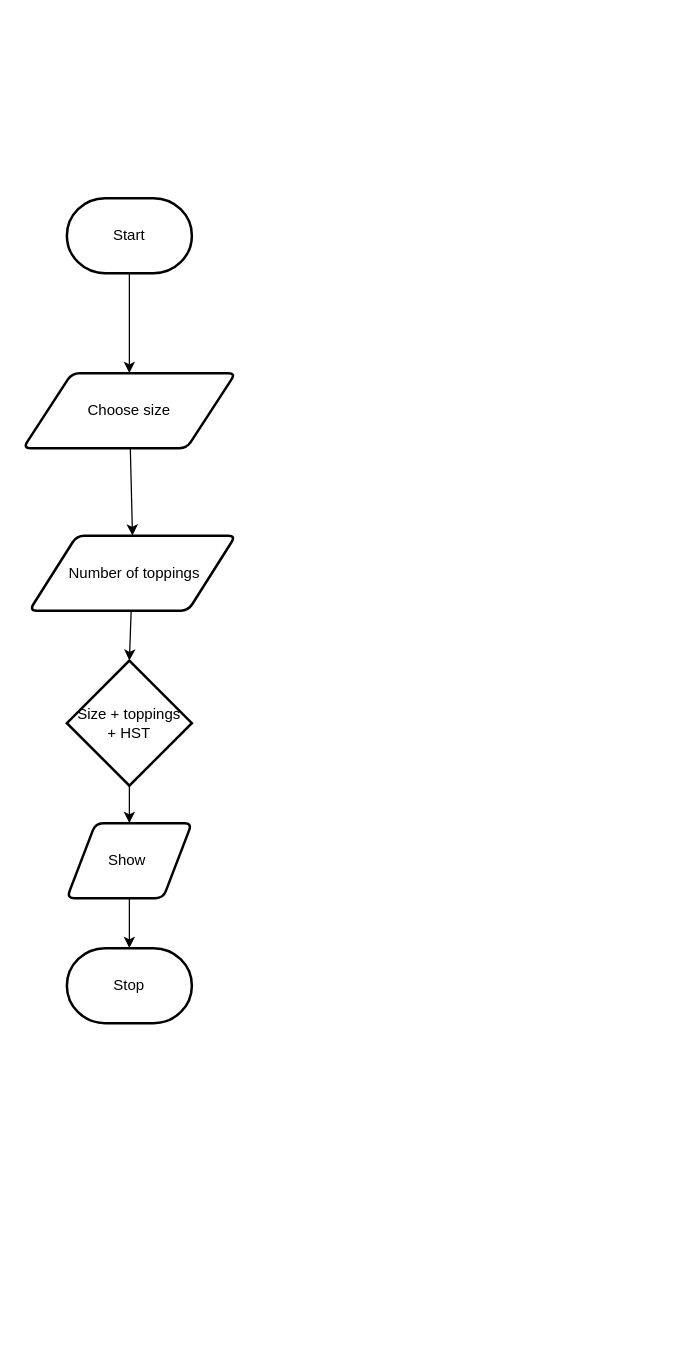
Above: design/flowchart.drawio in MTHS-ICD2O-1-2023/ICD2O-Assignment-04-tymofii-stepanov (draw.io), before the change. Source tidied: cells renumbered, new cells numbered last; positions are measured from the earlier drawing's top-left corner, leaving out a move shared by most shapes. Both pictures are drawn from the tidied source at 125%, with x=0, y=0 at pixel (22, 198).
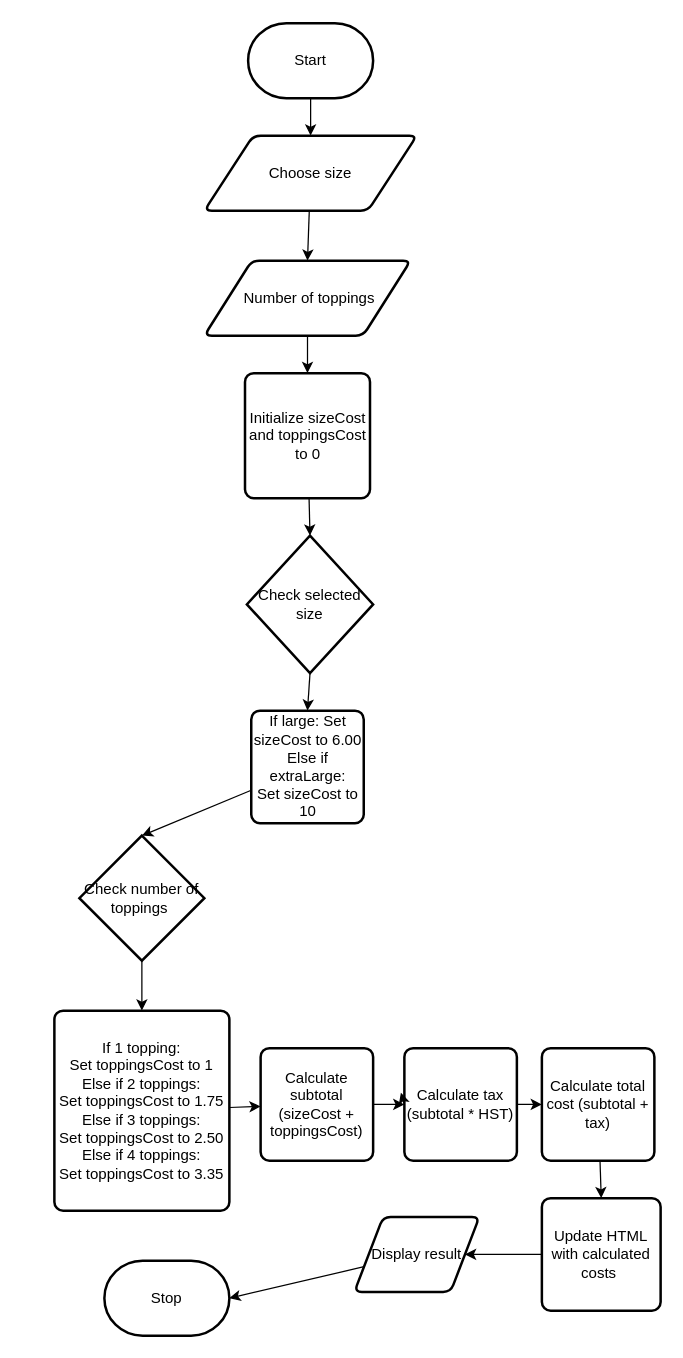
The same diagram, later.

Change to the diagram source:
```diff
@@
     <mxCell id="3" value="Start" style="strokeWidth=2;html=1;shape=mxgraph.flowchart.terminator;whiteSpace=wrap;" parent="1" vertex="1">
-      <mxGeometry x="35" width="100" height="60" as="geometry" />
+      <mxGeometry x="180" y="-140" width="100" height="60" as="geometry" />
     </mxCell>
     <mxCell id="4" value="Stop" style="strokeWidth=2;html=1;shape=mxgraph.flowchart.terminator;whiteSpace=wrap;" parent="1" vertex="1">
-      <mxGeometry x="35" y="600" width="100" height="60" as="geometry" />
+      <mxGeometry x="65" y="850" width="100" height="60" as="geometry" />
     </mxCell>
@@
     <mxCell id="6" value="Choose size" style="shape=parallelogram;html=1;strokeWidth=2;perimeter=parallelogramPerimeter;whiteSpace=wrap;rounded=1;arcSize=12;size=0.23;" parent="1" vertex="1">
-      <mxGeometry y="140" width="170" height="60" as="geometry" />
+      <mxGeometry x="145" y="-50" width="170" height="60" as="geometry" />
     </mxCell>
-    <mxCell id="7" style="edgeStyle=none;html=1;entryX=0.5;entryY=0;entryDx=0;entryDy=0;entryPerimeter=0;" parent="1" edge="1" source="8" target="10">
-      <mxGeometry relative="1" as="geometry" />
-    </mxCell>
+    <mxCell id="13" style="edgeStyle=none;html=1;" parent="1" edge="1" source="8" target="11">
+      <mxGeometry relative="1" as="geometry" />
+    </mxCell>
     <mxCell id="8" value="&amp;nbsp;Number of toppings" style="shape=parallelogram;html=1;strokeWidth=2;perimeter=parallelogramPerimeter;whiteSpace=wrap;rounded=1;arcSize=12;size=0.23;" parent="1" vertex="1">
-      <mxGeometry x="5" y="270" width="165" height="60" as="geometry" />
+      <mxGeometry x="145" y="50" width="165" height="60" as="geometry" />
     </mxCell>
-    <mxCell id="9" style="edgeStyle=none;html=1;" parent="1" edge="1" source="10" target="12">
-      <mxGeometry relative="1" as="geometry" />
-    </mxCell>
-    <mxCell id="10" value="Size + toppings&lt;br&gt;+ HST" style="strokeWidth=2;html=1;shape=mxgraph.flowchart.decision;whiteSpace=wrap;" parent="1" vertex="1">
-      <mxGeometry x="35" y="370" width="100" height="100" as="geometry" />
-    </mxCell>
+    <mxCell id="14" style="edgeStyle=none;html=1;entryX=0.5;entryY=0;entryDx=0;entryDy=0;entryPerimeter=0;" parent="1" edge="1" source="11" target="16">
+      <mxGeometry relative="1" as="geometry" />
+    </mxCell>
-    <mxCell id="11" style="edgeStyle=none;html=1;entryX=0.5;entryY=0;entryDx=0;entryDy=0;entryPerimeter=0;" parent="1" edge="1" source="12" target="4">
-      <mxGeometry relative="1" as="geometry" />
+    <mxCell id="11" value="Initialize sizeCost and toppingsCost to 0" style="rounded=1;whiteSpace=wrap;html=1;absoluteArcSize=1;arcSize=14;strokeWidth=2;" parent="1" vertex="1">
+      <mxGeometry x="177.5" y="140" width="100" height="100" as="geometry" />
     </mxCell>
-    <mxCell id="12" value="Show&amp;nbsp;" style="shape=parallelogram;html=1;strokeWidth=2;perimeter=parallelogramPerimeter;whiteSpace=wrap;rounded=1;arcSize=12;size=0.23;" parent="1" vertex="1">
-      <mxGeometry x="35" y="500" width="100" height="60" as="geometry" />
-    </mxCell>
+    <mxCell id="15" style="edgeStyle=none;html=1;entryX=0.5;entryY=0;entryDx=0;entryDy=0;exitX=0.5;exitY=1;exitDx=0;exitDy=0;exitPerimeter=0;" parent="1" edge="1" source="16" target="18">
+      <mxGeometry relative="1" as="geometry" />
+    </mxCell>
+    <mxCell id="16" value="Check selected size" style="strokeWidth=2;html=1;shape=mxgraph.flowchart.decision;whiteSpace=wrap;" parent="1" vertex="1">
+      <mxGeometry x="179" y="270" width="101" height="110" as="geometry" />
+    </mxCell>
+    <mxCell id="17" style="edgeStyle=none;html=1;entryX=0.5;entryY=0;entryDx=0;entryDy=0;entryPerimeter=0;" parent="1" edge="1" source="18" target="20">
+      <mxGeometry relative="1" as="geometry" />
+    </mxCell>
+    <mxCell id="18" value="If large: Set sizeCost to 6.00&lt;br&gt;Else if extraLarge:&lt;br&gt;Set sizeCost to 10" style="rounded=1;whiteSpace=wrap;html=1;absoluteArcSize=1;arcSize=14;strokeWidth=2;" parent="1" vertex="1">
+      <mxGeometry x="182.5" y="410" width="90" height="90" as="geometry" />
+    </mxCell>
+    <mxCell id="19" style="edgeStyle=none;html=1;" parent="1" edge="1" source="20" target="22">
+      <mxGeometry relative="1" as="geometry" />
+    </mxCell>
+    <mxCell id="20" value="Check number of toppings&amp;nbsp;" style="strokeWidth=2;html=1;shape=mxgraph.flowchart.decision;whiteSpace=wrap;" parent="1" vertex="1">
+      <mxGeometry x="45" y="510" width="100" height="100" as="geometry" />
+    </mxCell>
+    <mxCell id="21" style="edgeStyle=none;html=1;" parent="1" edge="1" source="22" target="24">
+      <mxGeometry relative="1" as="geometry" />
+    </mxCell>
+    <mxCell id="22" value="If 1 topping:&lt;br&gt;Set toppingsCost to 1&lt;br&gt;Else if 2 toppings:&lt;br&gt;Set toppingsCost to 1.75&lt;br&gt;Else if 3 toppings:&lt;br&gt;Set toppingsCost to 2.50&lt;br&gt;Else if 4 toppings:&lt;br&gt;Set toppingsCost to 3.35" style="rounded=1;whiteSpace=wrap;html=1;absoluteArcSize=1;arcSize=14;strokeWidth=2;" parent="1" vertex="1">
+      <mxGeometry x="25" y="650" width="140" height="160" as="geometry" />
+    </mxCell>
+    <mxCell id="23" style="edgeStyle=none;html=1;" parent="1" edge="1" source="24" target="26">
+      <mxGeometry relative="1" as="geometry" />
+    </mxCell>
+    <mxCell id="24" value="Calculate subtotal (sizeCost + toppingsCost)" style="rounded=1;whiteSpace=wrap;html=1;absoluteArcSize=1;arcSize=14;strokeWidth=2;" parent="1" vertex="1">
+      <mxGeometry x="190" y="680" width="90" height="90" as="geometry" />
+    </mxCell>
+    <mxCell id="25" style="edgeStyle=none;html=1;" parent="1" edge="1" source="26" target="29">
+      <mxGeometry relative="1" as="geometry" />
+    </mxCell>
+    <mxCell id="26" value="Calculate tax (subtotal * HST)" style="rounded=1;whiteSpace=wrap;html=1;absoluteArcSize=1;arcSize=14;strokeWidth=2;" parent="1" vertex="1">
+      <mxGeometry x="305" y="680" width="90" height="90" as="geometry" />
+    </mxCell>
+    <mxCell id="27" style="edgeStyle=none;html=1;exitX=0;exitY=0.5;exitDx=0;exitDy=0;entryX=-0.031;entryY=0.396;entryDx=0;entryDy=0;entryPerimeter=0;" parent="1" edge="1" source="26" target="26">
+      <mxGeometry relative="1" as="geometry" />
+    </mxCell>
+    <mxCell id="28" style="edgeStyle=none;html=1;entryX=0.5;entryY=0;entryDx=0;entryDy=0;" parent="1" edge="1" source="29" target="31">
+      <mxGeometry relative="1" as="geometry" />
+    </mxCell>
+    <mxCell id="29" value="Calculate total cost (subtotal + tax)" style="rounded=1;whiteSpace=wrap;html=1;absoluteArcSize=1;arcSize=14;strokeWidth=2;" parent="1" vertex="1">
+      <mxGeometry x="415" y="680" width="90" height="90" as="geometry" />
+    </mxCell>
+    <mxCell id="30" style="edgeStyle=none;html=1;entryX=1;entryY=0.5;entryDx=0;entryDy=0;" parent="1" edge="1" source="31" target="33">
+      <mxGeometry relative="1" as="geometry" />
+    </mxCell>
+    <mxCell id="31" value="Update HTML with calculated costs&amp;nbsp;" style="rounded=1;whiteSpace=wrap;html=1;absoluteArcSize=1;arcSize=14;strokeWidth=2;" parent="1" vertex="1">
+      <mxGeometry x="415" y="800" width="95" height="90" as="geometry" />
+    </mxCell>
+    <mxCell id="32" style="edgeStyle=none;html=1;entryX=1;entryY=0.5;entryDx=0;entryDy=0;entryPerimeter=0;" parent="1" edge="1" source="33" target="4">
+      <mxGeometry relative="1" as="geometry" />
+    </mxCell>
+    <mxCell id="33" value="Display result" style="shape=parallelogram;html=1;strokeWidth=2;perimeter=parallelogramPerimeter;whiteSpace=wrap;rounded=1;arcSize=12;size=0.23;" parent="1" vertex="1">
+      <mxGeometry x="265" y="815" width="100" height="60" as="geometry" />
+    </mxCell>
```
